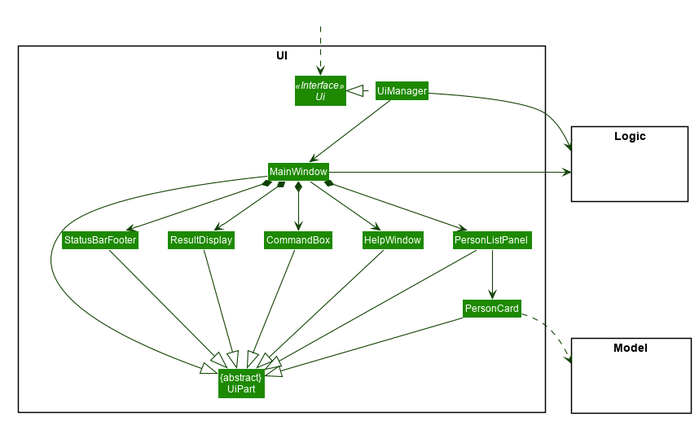
nus-cs2103-AY2021S1/tp keeps this PlantUML diagram as docs/images/UiClassDiagram.png. Above is the earlier version.
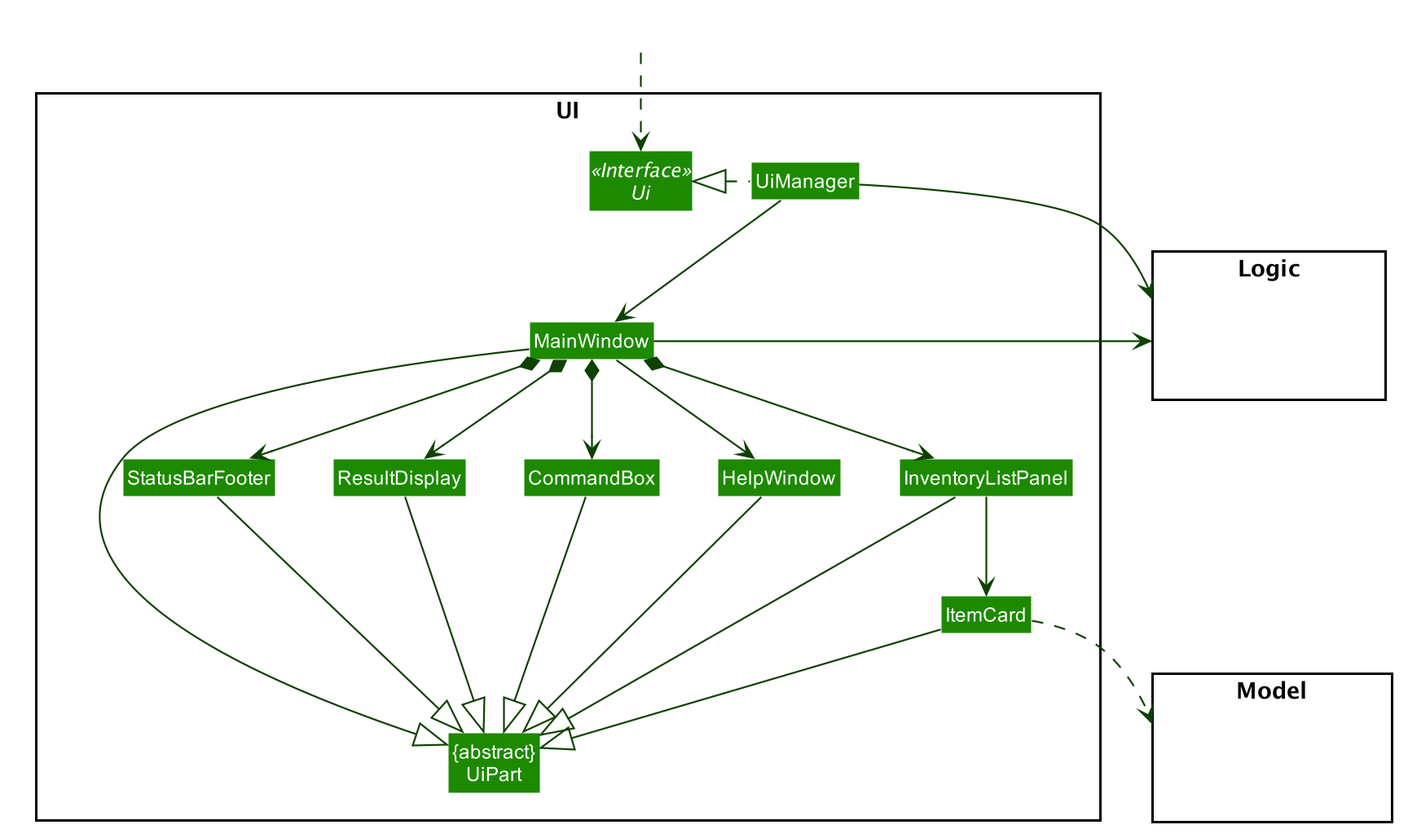
After the commit.

The edit, as a diff of the source:
```diff
@@ -58,8 +58,8 @@
 Class MainWindow
 Class HelpWindow
 Class ResultDisplay
-Class PersonListPanel
-Class PersonCard
+Class InventoryListPanel
+Class ItemCard
 Class StatusBarFooter
 Class CommandBox
 }
@@ -80,25 +80,25 @@
 MainWindow --> HelpWindow
 MainWindow *-down-> CommandBox
 MainWindow *-down-> ResultDisplay
-MainWindow *-down-> PersonListPanel
+MainWindow *-down-> InventoryListPanel
 MainWindow *-down-> StatusBarFooter
 
-PersonListPanel -down-> PersonCard
+InventoryListPanel -down-> ItemCard
 
 MainWindow -left-|> UiPart
 
 ResultDisplay --|> UiPart
 CommandBox --|> UiPart
-PersonListPanel --|> UiPart
-PersonCard --|> UiPart
+InventoryListPanel --|> UiPart
+ItemCard --|> UiPart
 StatusBarFooter --|> UiPart
 HelpWindow -down-|> UiPart
 
-PersonCard ..> Model
+ItemCard ..> Model
 UiManager -right-> Logic
 MainWindow -left-> Logic
 
-PersonListPanel -[hidden]left- HelpWindow
+InventoryListPanel -[hidden]left- HelpWindow
 HelpWindow -[hidden]left- CommandBox
 CommandBox -[hidden]left- ResultDisplay
 ResultDisplay -[hidden]left- StatusBarFooter
```
